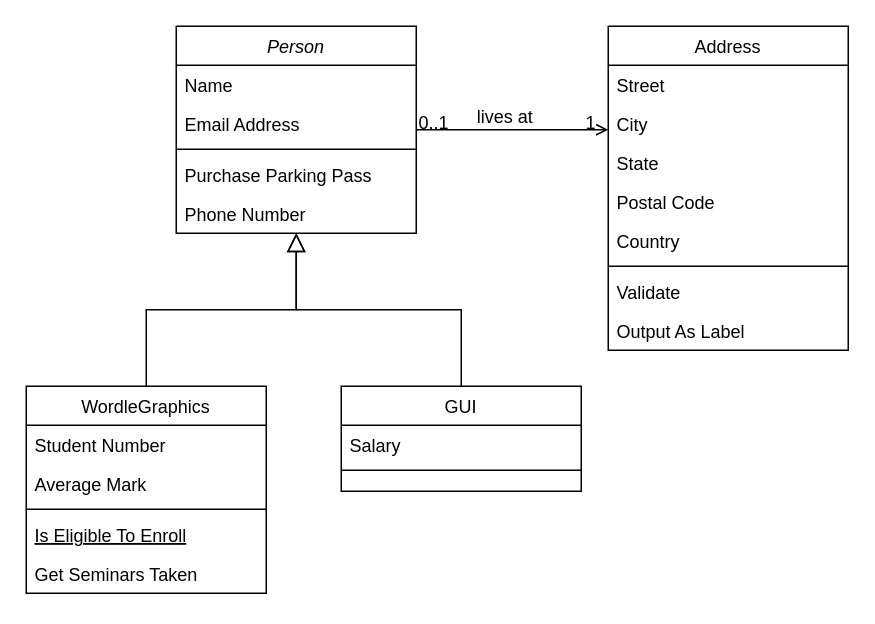
drewdezco/Wordle keeps this draw.io diagram as Wordle++ UML Diagram.drawio. Above is the earlier version. Source tidied: cells renumbered, new cells numbered last; positions are measured from the earlier drawing's top-left corner, leaving out a move shared by most shapes. Both pictures are drawn from the tidied source at 150%, with x=0, y=0 at pixel (26, 26).
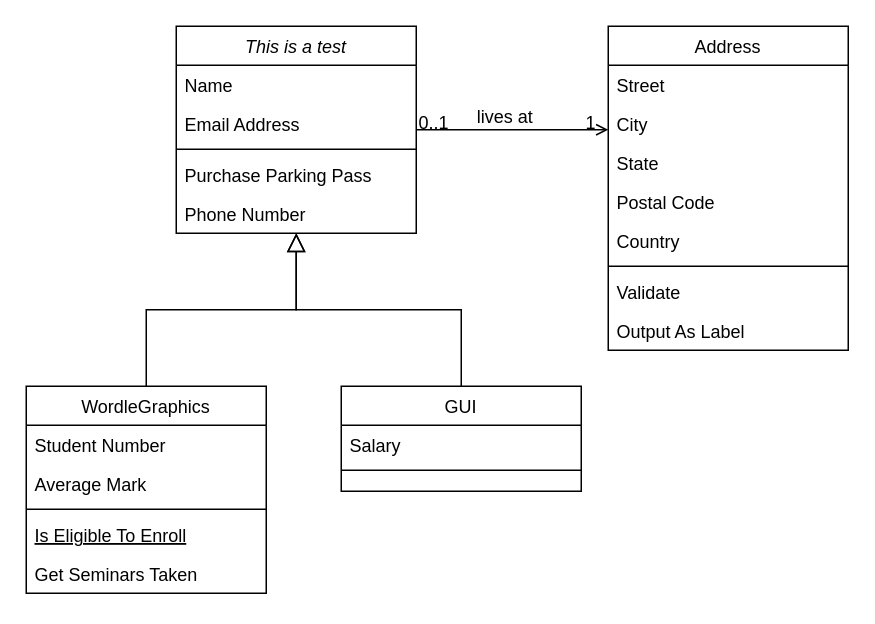
The same diagram, later.

Diff of the diagram source:
```diff
@@
-    <mxCell id="2" value="Person" style="swimlane;fontStyle=2;align=center;verticalAlign=top;horizontal=1;startSize=26;rounded=0;shadow=0;strokeWidth=1;" parent="1" vertex="1">
+    <mxCell id="2" value="This is a test" style="swimlane;fontStyle=2;align=center;verticalAlign=top;horizontal=1;startSize=26;rounded=0;shadow=0;strokeWidth=1;" parent="1" vertex="1">
       <mxGeometry x="100" width="160" height="138" as="geometry" />
     </mxCell>
```
